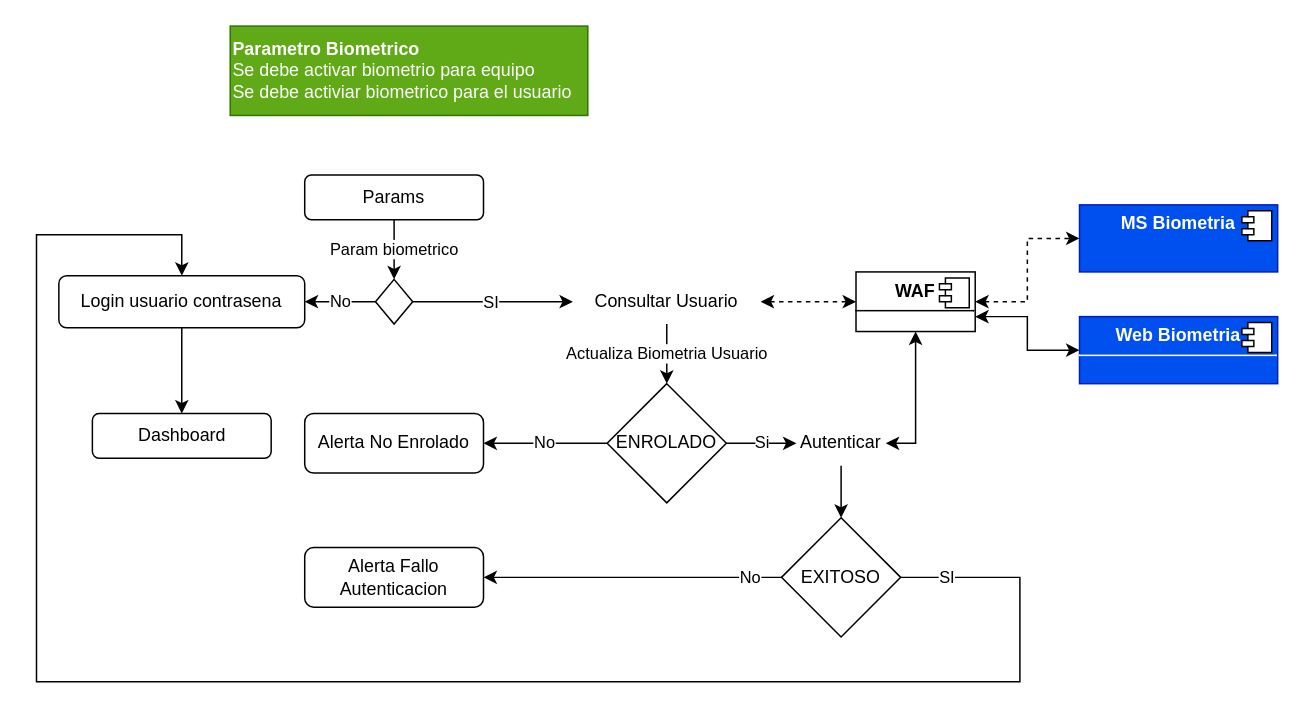
faberordonez1/diagramas keeps this draw.io diagram as page "Login" (2 of 3) of Biometria.drawio. Above is the earlier version. Source tidied: cells renumbered, new cells numbered last; positions are measured from the earlier drawing's top-left corner, leaving out a move shared by most shapes. Both pictures are drawn from the tidied source at 149%, with x=0, y=0 at pixel (36, 25).
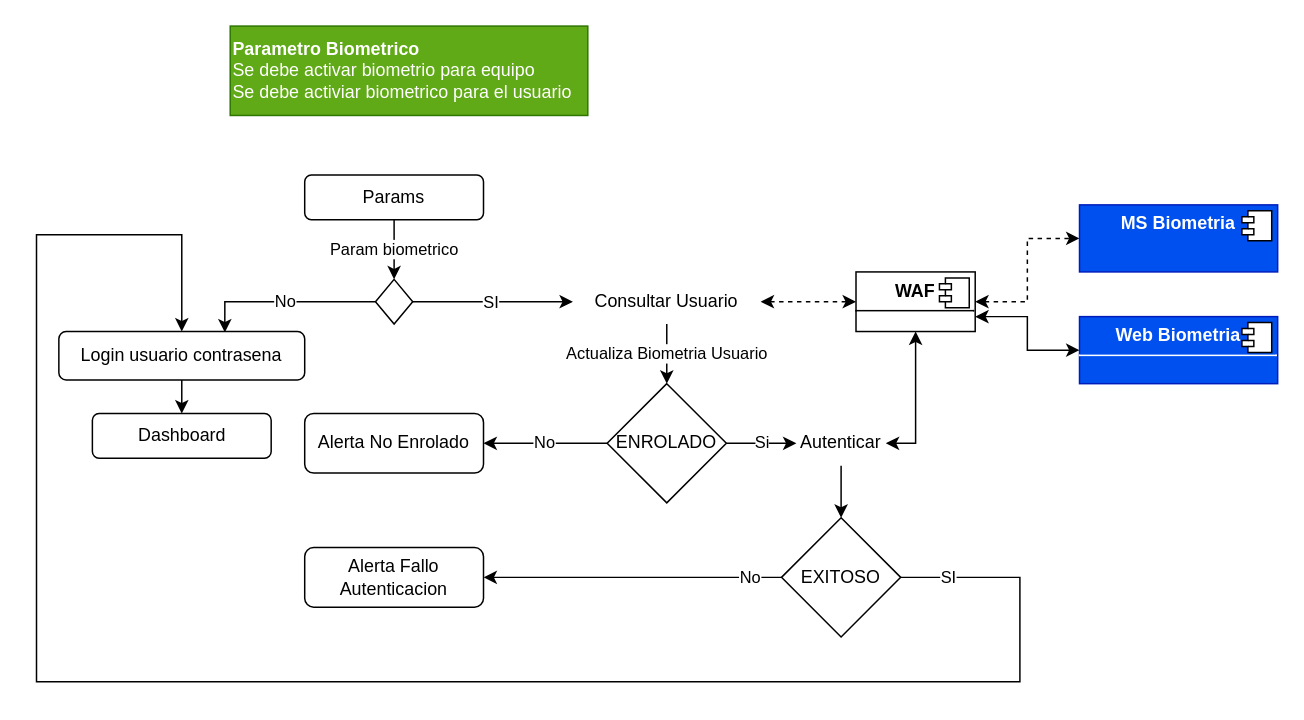
Above is the later version.

Unchanged cells that the change refers to:
```xml
<mxCell id="7" style="rhombus;whiteSpace=wrap;html=1;" parent="1" vertex="1">
  <mxGeometry x="227.5" y="170" width="25" height="30" as="geometry" />
</mxCell>
```

Diff of the diagram source:
```diff
@@
-    <mxCell id="4" value="No" style="edgeStyle=orthogonalEdgeStyle;rounded=0;jettySize=auto;html=1;" parent="1" edge="1" source="7" target="9">
+    <mxCell id="4" value="No" style="edgeStyle=orthogonalEdgeStyle;rounded=0;jettySize=auto;html=1;entryX=0.675;entryY=0.019;entryDx=0;entryDy=0;entryPerimeter=0;" parent="1" edge="1" source="7" target="9">
       <mxGeometry relative="1" as="geometry" />
     </mxCell>
@@
     <mxCell id="9" value="Login usuario contrasena" style="whiteSpace=wrap;html=1;rounded=1;" parent="1" vertex="1">
-      <mxGeometry x="15" y="167.5" width="165" height="35" as="geometry" />
+      <mxGeometry x="15" y="205" width="165" height="32.5" as="geometry" />
     </mxCell>
```
